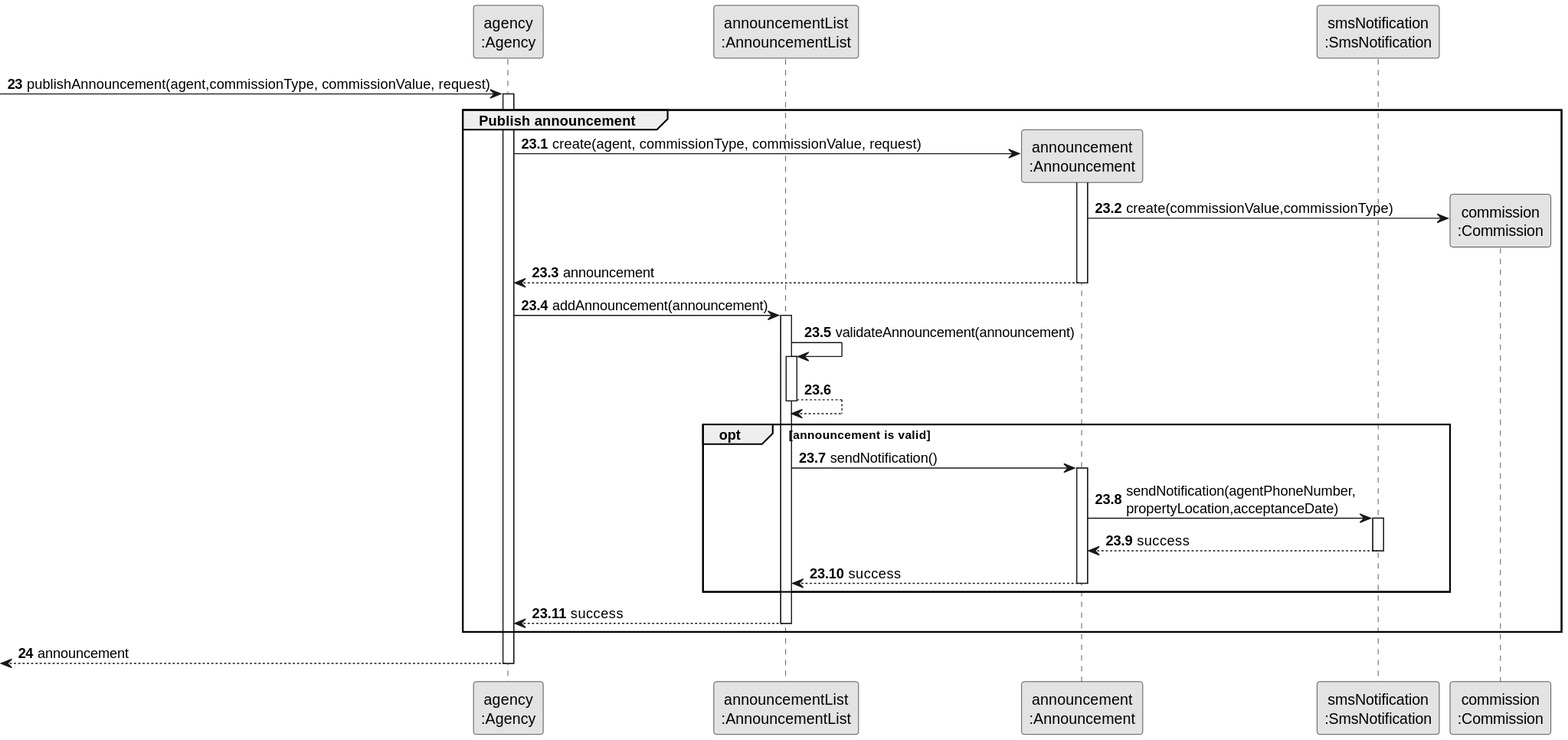
Above: docs/sprintD/us002/03.design/svg/us002-sequence-diagram-partial-publish-announcement.svg in rita-barbosa/LAPR2-2223 (PlantUML), before the change.
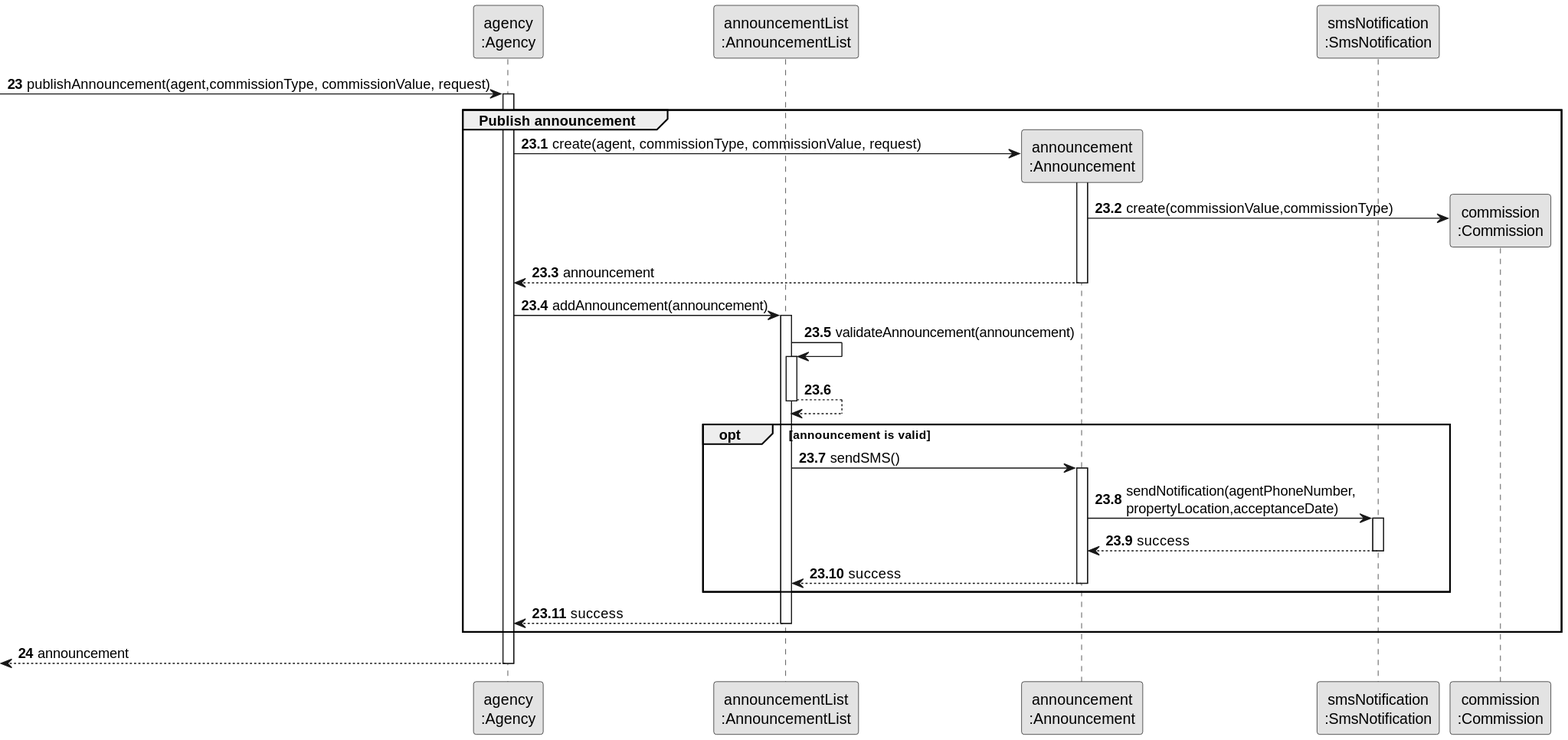
After the change.

Diff of the diagram source:
```diff
@@ -37,7 +37,7 @@
                 deactivate ADList
 
                 opt  announcement is valid
-                ADList -> AD : sendNotification()
+                ADList -> AD : sendSMS()
                 activate AD
 
                 AD -> SMSNOT : sendNotification(agentPhoneNumber, \npropertyLocation,acceptanceDate)
```
